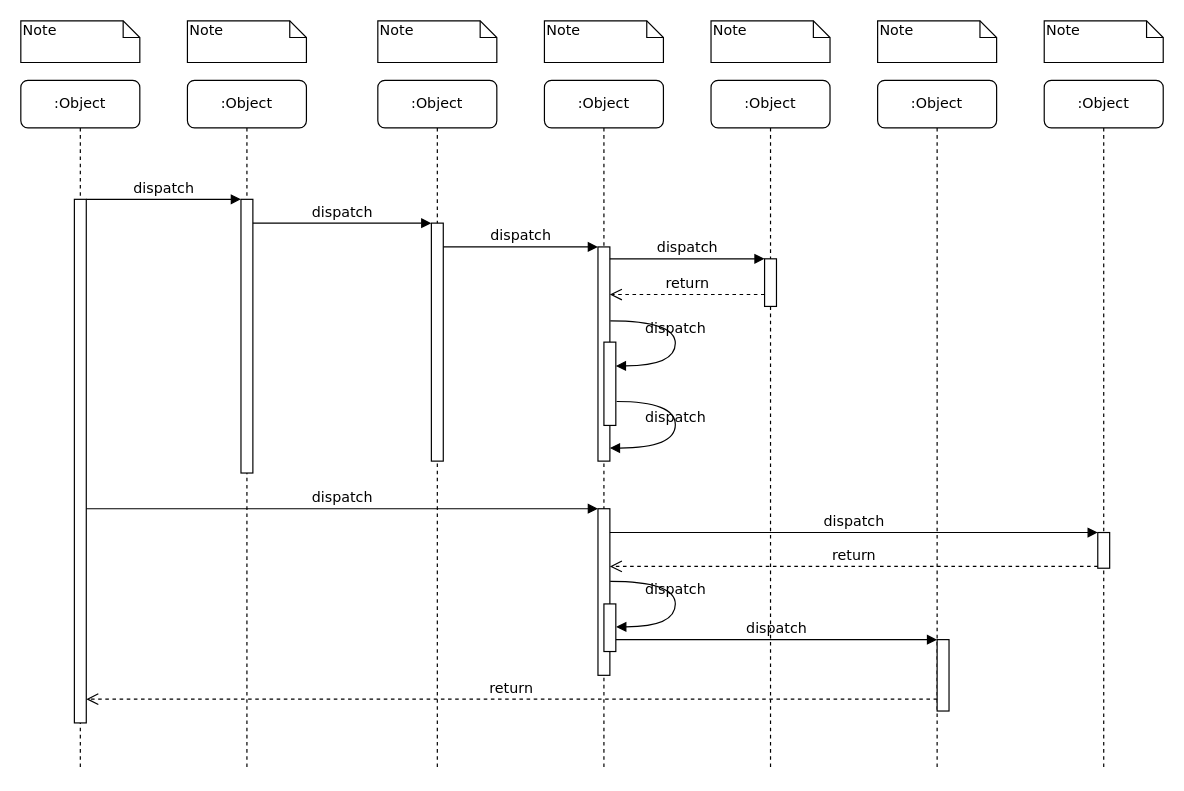
Above: 未命名绘图.drawio in x8087/drawio (draw.io), before the change. Source tidied: cells renumbered, new cells numbered last; positions are measured from the earlier drawing's top-left corner, leaving out a move shared by most shapes. Both pictures are drawn from the tidied source at 119%, with x=0, y=0 at pixel (20, 20).
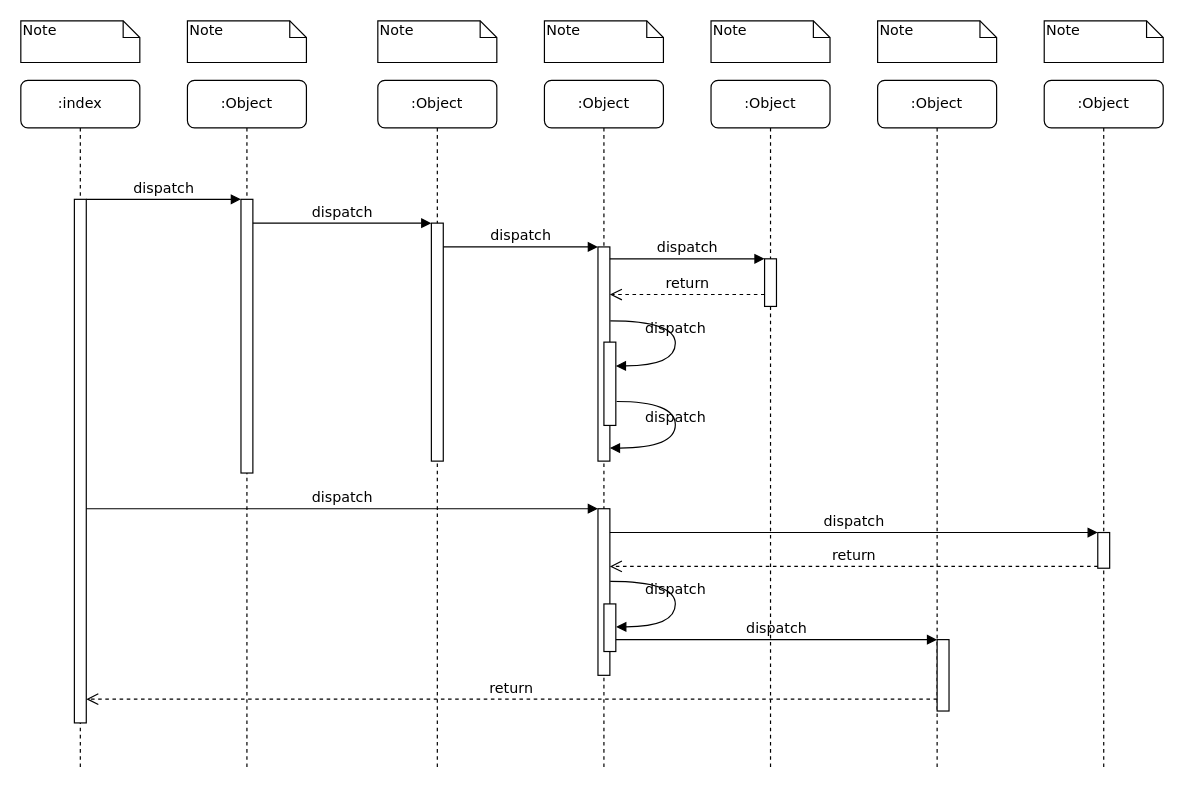
The same page after the edit.

Commit message:
更新未命名绘图.drawio

Change to the diagram source:
```diff
@@
-    <mxCell id="10" value=":Object" style="shape=umlLifeline;perimeter=lifelinePerimeter;whiteSpace=wrap;html=1;rounded=1;shadow=0;comic=0;labelBackgroundColor=none;strokeWidth=1;fontFamily=Verdana;fontSize=12;align=center;" parent="1" vertex="1">
+    <mxCell id="10" value="&lt;div&gt;:index&lt;/div&gt;" style="shape=umlLifeline;perimeter=lifelinePerimeter;whiteSpace=wrap;html=1;rounded=1;shadow=0;comic=0;labelBackgroundColor=none;strokeWidth=1;fontFamily=Verdana;fontSize=12;align=center;" parent="1" vertex="1">
       <mxGeometry y="50" width="100" height="580" as="geometry" />
     </mxCell>
```
